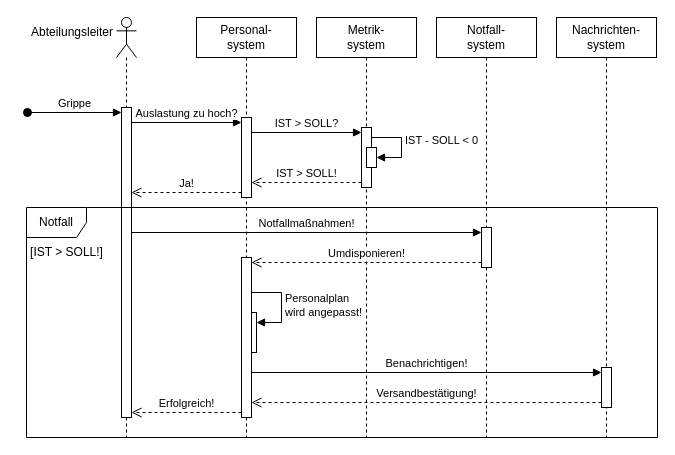
JanUwU42/SoftwareEngineeringProjektarbeit keeps this draw.io diagram as E3 - Eike/E3-Sequenzdiagramm.drawio. Above is the earlier version. Source tidied: cells renumbered, new cells numbered last; positions are measured from the earlier drawing's top-left corner, leaving out a move shared by most shapes. Both pictures are drawn from the tidied source at 100%, with x=0, y=0 at pixel (26, 17).
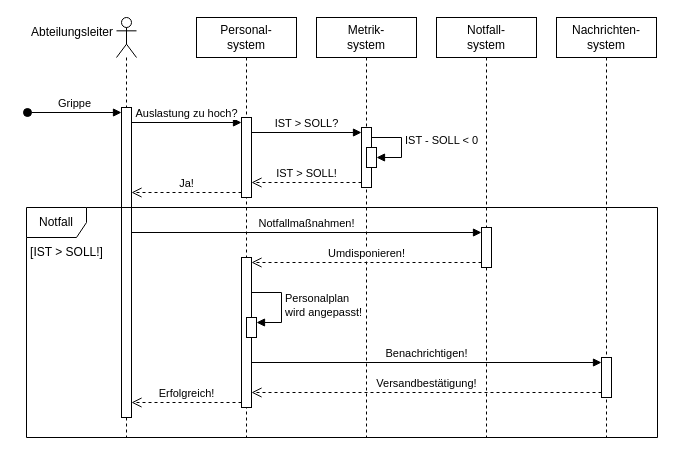
After the change.

Unchanged cells that the change refers to:
```xml
<mxCell id="12" style="html=1;points=[[0,0,0,0,5],[0,1,0,0,-5],[1,0,0,0,5],[1,1,0,0,-5]];perimeter=orthogonalPerimeter;outlineConnect=0;targetShapes=umlLifeline;portConstraint=eastwest;newEdgeStyle={&quot;curved&quot;:0,&quot;rounded&quot;:0};" parent="1" vertex="1">
  <mxGeometry x="95" y="90" width="10" height="310" as="geometry" />
</mxCell>
```

Diff of the diagram source:
```diff
@@
     <mxCell id="21" style="html=1;points=[[0,0,0,0,5],[0,1,0,0,-5],[1,0,0,0,5],[1,1,0,0,-5]];perimeter=orthogonalPerimeter;outlineConnect=0;targetShapes=umlLifeline;portConstraint=eastwest;newEdgeStyle={&quot;curved&quot;:0,&quot;rounded&quot;:0};" parent="1" vertex="1">
-      <mxGeometry x="575" y="350" width="10" height="40" as="geometry" />
+      <mxGeometry x="575" y="340" width="10" height="40" as="geometry" />
     </mxCell>
@@
-    <mxCell id="24" style="html=1;points=[[0,0,0,0,5],[0,1,0,0,-5],[1,0,0,0,5],[1,1,0,0,-5]];perimeter=orthogonalPerimeter;outlineConnect=0;targetShapes=umlLifeline;portConstraint=eastwest;newEdgeStyle={&quot;curved&quot;:0,&quot;rounded&quot;:0};" parent="1" vertex="1">
-      <mxGeometry x="220" y="295" width="10" height="40" as="geometry" />
-    </mxCell>
@@
-    <mxCell id="26" value="Erfolgreich!" style="html=1;verticalAlign=bottom;endArrow=open;dashed=1;endSize=8;curved=0;rounded=0;exitX=0;exitY=1;exitDx=0;exitDy=-5;exitPerimeter=0;entryX=1;entryY=1;entryDx=0;entryDy=-5;entryPerimeter=0;" parent="1" edge="1" source="27" target="12">
+    <mxCell id="26" value="Erfolgreich!" style="html=1;verticalAlign=bottom;endArrow=open;dashed=1;endSize=8;curved=0;rounded=0;exitX=0;exitY=1;exitDx=0;exitDy=-5;exitPerimeter=0;" parent="1" edge="1" source="27" target="12">
       <mxGeometry relative="1" as="geometry" />
     </mxCell>
     <mxCell id="27" style="html=1;points=[[0,0,0,0,5],[0,1,0,0,-5],[1,0,0,0,5],[1,1,0,0,-5]];perimeter=orthogonalPerimeter;outlineConnect=0;targetShapes=umlLifeline;portConstraint=eastwest;newEdgeStyle={&quot;curved&quot;:0,&quot;rounded&quot;:0};" parent="1" vertex="1">
-      <mxGeometry x="215" y="240" width="10" height="160" as="geometry" />
+      <mxGeometry x="215" y="240" width="10" height="150" as="geometry" />
     </mxCell>
@@
+    <mxCell id="24" style="html=1;points=[[0,0,0,0,5],[0,1,0,0,-5],[1,0,0,0,5],[1,1,0,0,-5]];perimeter=orthogonalPerimeter;outlineConnect=0;targetShapes=umlLifeline;portConstraint=eastwest;newEdgeStyle={&quot;curved&quot;:0,&quot;rounded&quot;:0};" parent="1" vertex="1">
+      <mxGeometry x="220" y="300" width="10" height="20" as="geometry" />
+    </mxCell>
```
